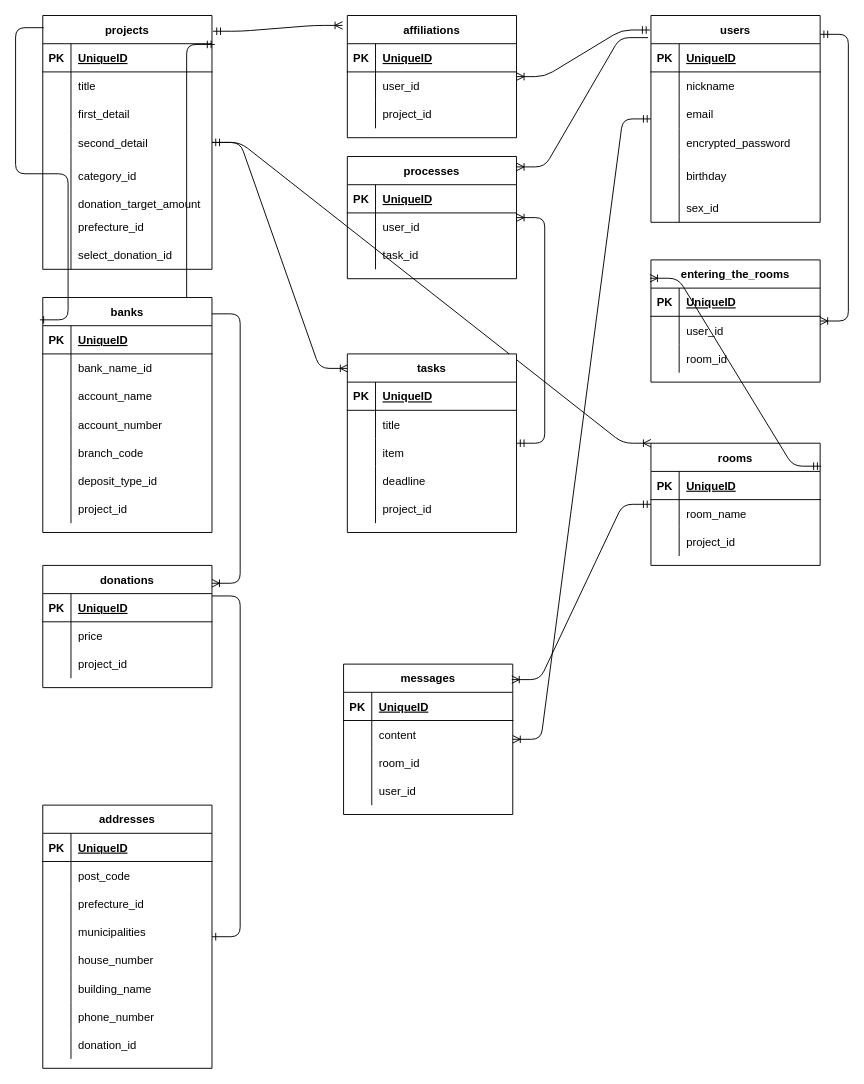
Above: er.dio in akioGitHub/project-app (draw.io), before the change. Source tidied: cells renumbered, new cells numbered last; positions are measured from the earlier drawing's top-left corner, leaving out a move shared by most shapes. Both pictures are drawn from the tidied source at 94%, with x=0, y=0 at pixel (42, 15).
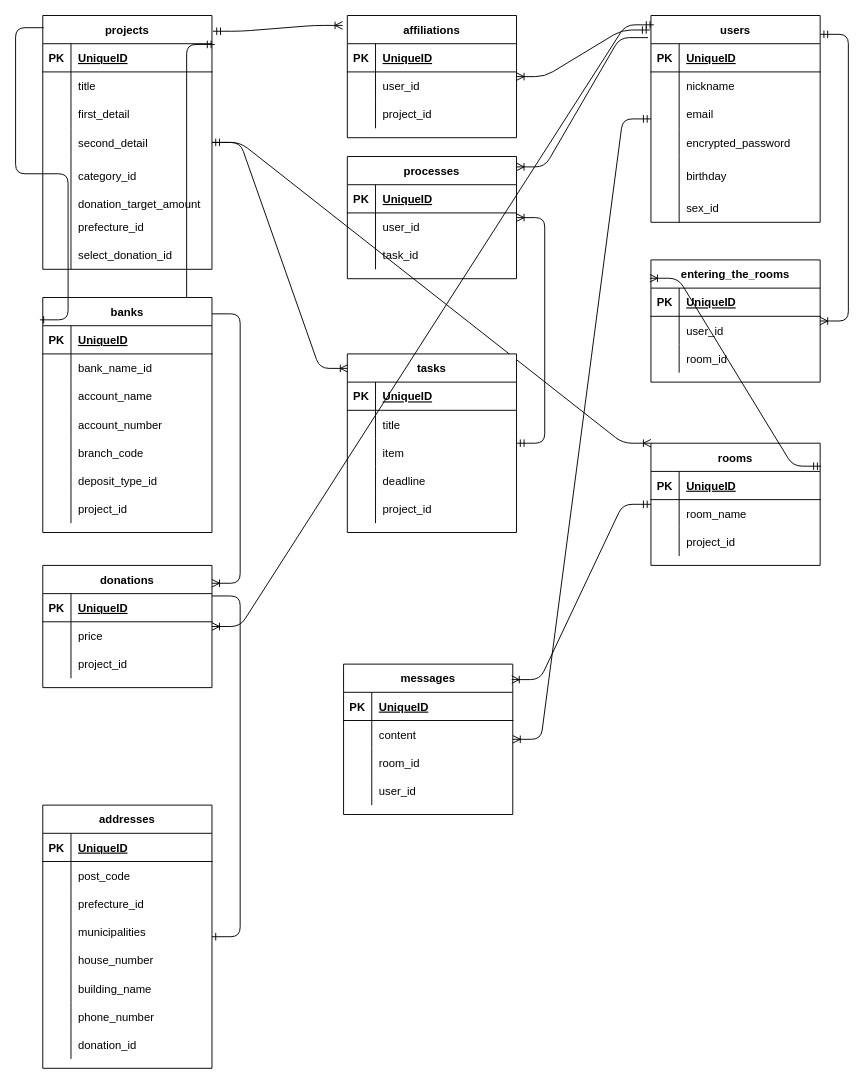
After the change.

The change refers to these unchanged cells:
```xml
<mxCell id="27" value="users" style="shape=table;startSize=30;childLayout=tableLayout;rowLines=0;fontStyle=1;align=center;" parent="1" vertex="1">
  <mxGeometry x="647" width="180" height="220" as="geometry" />
</mxCell>
<mxCell id="46" value="donations" style="shape=table;startSize=30;childLayout=tableLayout;rowLines=0;fontStyle=1;align=center;" parent="1" vertex="1">
  <mxGeometry y="585" width="180" height="130" as="geometry" />
</mxCell>
```

The edit, as a diff of the source:
```diff
@@
+    <mxCell id="185" style="edgeStyle=entityRelationEdgeStyle;fontSize=12;html=1;endArrow=ERoneToMany;startArrow=ERmandOne;exitX=0.017;exitY=0.045;exitDx=0;exitDy=0;exitPerimeter=0;" parent="1" edge="1" source="27" target="46">
+      <mxGeometry relative="1" as="geometry" />
+    </mxCell>
```
